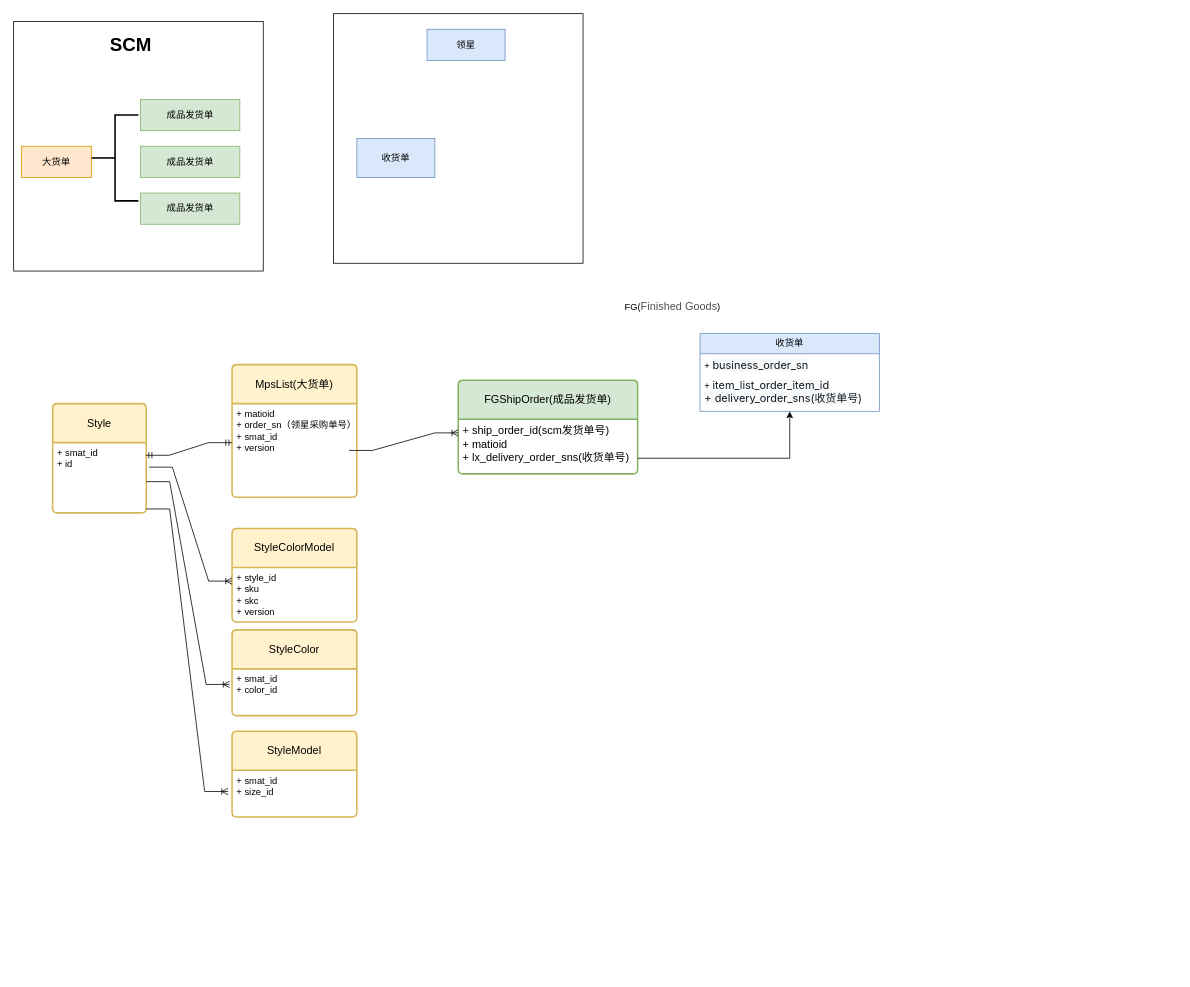
This is 成品发货单.drawio from zachary-lzc/diagram, a draw.io file, before an edit. Source tidied: cells renumbered, new cells numbered last; positions are measured from the earlier drawing's top-left corner, leaving out a move shared by most shapes. Both pictures are drawn from the tidied source at 78%, with x=0, y=0 at pixel (-2, 13).
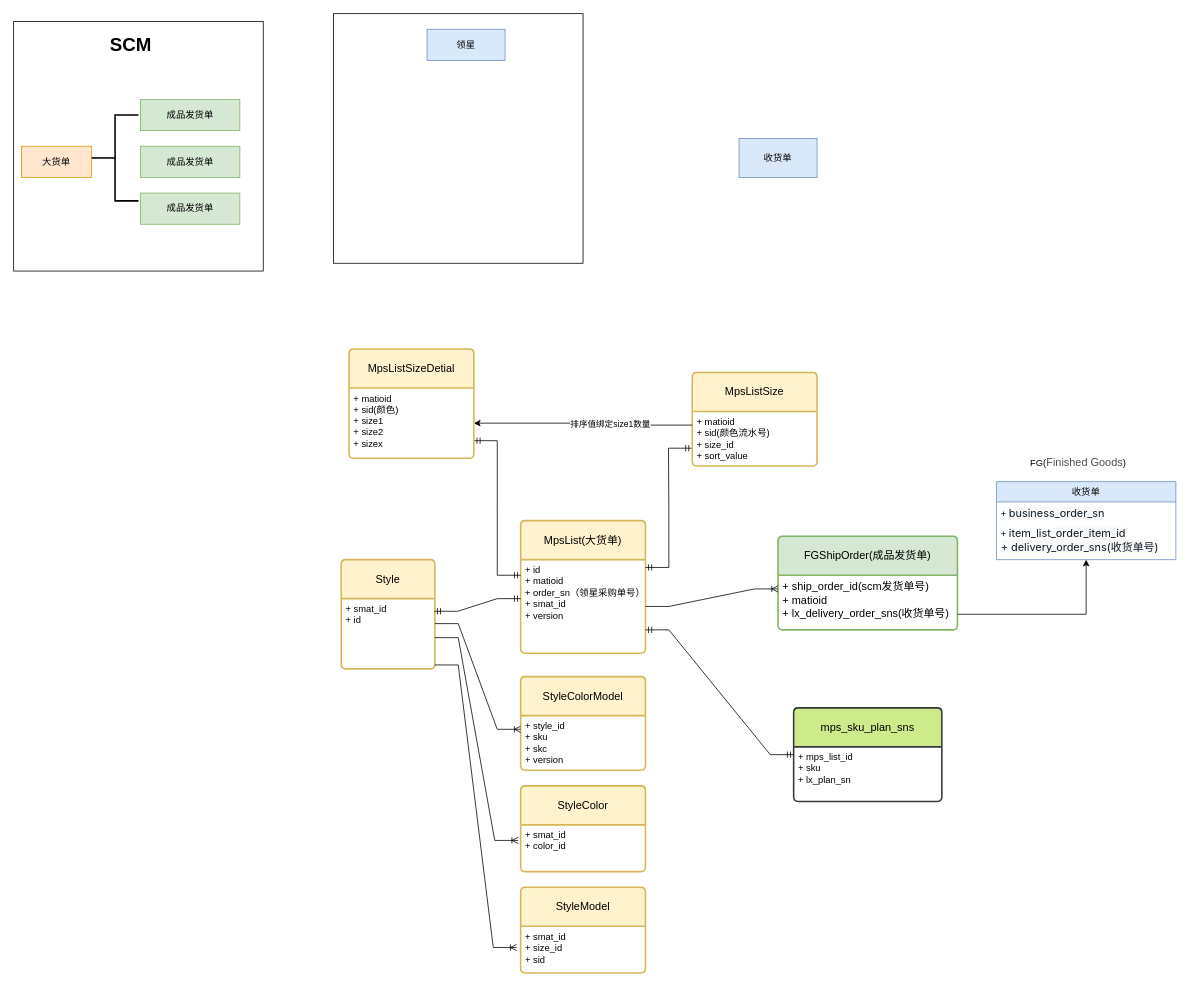
Above is the later version.

Commit message:
更新成品发货单.drawio

Unchanged cells that the change refers to:
```xml
<mxCell id="19" value="+&amp;nbsp;&lt;span style=&quot;color: rgb(13, 26, 38); font-family: -apple-system, &amp;quot;system-ui&amp;quot;, &amp;quot;Segoe UI&amp;quot;, Roboto, &amp;quot;Helvetica Neue&amp;quot;, Arial, &amp;quot;Noto Sans&amp;quot;, sans-serif, &amp;quot;Apple Color Emoji&amp;quot;, &amp;quot;Segoe UI Emoji&amp;quot;, &amp;quot;Segoe UI Symbol&amp;quot;, &amp;quot;Noto Color Emoji&amp;quot;; font-size: 14px; background-color: rgb(255, 255, 255);&quot;&gt;item_list_&lt;/span&gt;&lt;span style=&quot;color: rgb(13, 26, 38); font-family: -apple-system, &amp;quot;system-ui&amp;quot;, &amp;quot;Segoe UI&amp;quot;, Roboto, &amp;quot;Helvetica Neue&amp;quot;, Arial, &amp;quot;Noto Sans&amp;quot;, sans-serif, &amp;quot;Apple Color Emoji&amp;quot;, &amp;quot;Segoe UI Emoji&amp;quot;, &amp;quot;Segoe UI Symbol&amp;quot;, &amp;quot;Noto Color Emoji&amp;quot;; font-size: 14px; background-color: rgb(248, 248, 248);&quot;&gt;order_item_id&lt;/span&gt;&lt;div&gt;&lt;div&gt;&lt;span style=&quot;color: rgb(13, 26, 38); font-family: -apple-system, &amp;quot;system-ui&amp;quot;, &amp;quot;Segoe UI&amp;quot;, Roboto, &amp;quot;Helvetica Neue&amp;quot;, Arial, &amp;quot;Noto Sans&amp;quot;, sans-serif, &amp;quot;Apple Color Emoji&amp;quot;, &amp;quot;Segoe UI Emoji&amp;quot;, &amp;quot;Segoe UI Symbol&amp;quot;, &amp;quot;Noto Color Emoji&amp;quot;; font-size: 14px; background-color: rgb(248, 248, 248);&quot;&gt;+ delivery_order_sns(收货单号)&lt;/span&gt;&lt;/div&gt;&lt;/div&gt;" style="text;strokeColor=none;fillColor=none;align=left;verticalAlign=top;spacingLeft=4;spacingRight=4;overflow=hidden;points=[[0,0.5],[1,0.5]];portConstraint=eastwest;whiteSpace=wrap;html=1;" parent="17" vertex="1">
  <mxGeometry y="52" width="230" height="48" as="geometry" />
</mxCell>
<mxCell id="21" value="&lt;font style=&quot;font-size: 14px;&quot;&gt;+ ship_order_id(scm发货单号)&lt;/font&gt;&lt;div&gt;&lt;font style=&quot;font-size: 14px;&quot;&gt;+ matioid&lt;/font&gt;&lt;div&gt;&lt;div&gt;&lt;span style=&quot;font-size: 14px;&quot;&gt;+ lx_delivery_order_sns(收货单号)&lt;br&gt;&lt;/span&gt;&lt;div&gt;&lt;br&gt;&lt;/div&gt;&lt;/div&gt;&lt;/div&gt;&lt;/div&gt;" style="align=left;strokeColor=none;fillColor=none;spacingLeft=4;fontSize=12;verticalAlign=top;html=1;" parent="20" vertex="1">
  <mxGeometry y="50" width="230" height="70" as="geometry" />
</mxCell>
<mxCell id="24" value="&lt;div&gt;+ style_id&lt;br&gt;+ sku&lt;/div&gt;&lt;div&gt;+ skc&lt;br&gt;&lt;div&gt;+ version&lt;/div&gt;&lt;/div&gt;" style="align=left;strokeColor=none;fillColor=none;spacingLeft=4;fontSize=12;verticalAlign=top;html=1;" parent="23" vertex="1">
  <mxGeometry y="50" width="160" height="70" as="geometry" />
</mxCell>
<mxCell id="27" value="+ smat_id&lt;br&gt;+ id" style="align=left;strokeColor=none;fillColor=none;spacingLeft=4;fontSize=12;verticalAlign=top;html=1;" parent="26" vertex="1">
  <mxGeometry y="50" width="120" height="90" as="geometry" />
</mxCell>
<mxCell id="32" value="+ smat_id&lt;br&gt;+ color_id" style="align=left;strokeColor=none;fillColor=none;spacingLeft=4;fontSize=12;verticalAlign=top;html=1;" parent="31" vertex="1">
  <mxGeometry y="50" width="160" height="60" as="geometry" />
</mxCell>
```

Change to the diagram source:
```diff
@@
-    <mxCell id="2" style="edgeStyle=orthogonalEdgeStyle;rounded=0;jettySize=auto;html=1;exitX=0.75;exitY=0;exitDx=0;exitDy=0;" parent="1" edge="1" source="32" target="31">
-      <mxGeometry relative="1" as="geometry" />
-    </mxCell>
@@
-    <mxCell id="5" value="MpsList(大货单)" style="swimlane;horizontal=1;startSize=50;rounded=1;fontSize=14;fontStyle=0;strokeWidth=2;shadow=0;dashed=0;align=center;arcSize=4;whiteSpace=wrap;html=1;fillColor=#fff2cc;strokeColor=#d6b656;" parent="1" vertex="1">
-      <mxGeometry x="300" y="450" width="160" height="170" as="geometry" />
-    </mxCell>
-    <mxCell id="6" value="+ matioid&lt;br&gt;+ order_sn（领星采购单号）&lt;div&gt;+ smat_id&lt;br&gt;+ version&lt;/div&gt;&lt;div&gt;&lt;br&gt;&lt;/div&gt;&lt;div&gt;&lt;br&gt;&lt;/div&gt;" style="align=left;strokeColor=none;fillColor=none;spacingLeft=4;fontSize=12;verticalAlign=top;html=1;" parent="5" vertex="1">
-      <mxGeometry y="50" width="160" height="120" as="geometry" />
-    </mxCell>
-    <mxCell id="7" value="FG(&lt;span style=&quot;color: rgb(77, 81, 86); font-family: Arial, sans-serif; font-size: 14px; text-align: left; background-color: rgb(255, 255, 255);&quot;&gt;Finished Goods&lt;/span&gt;)" style="text;html=1;align=center;verticalAlign=middle;whiteSpace=wrap;rounded=0;" parent="1" vertex="1">
-      <mxGeometry x="790" y="360" width="150" height="30" as="geometry" />
-    </mxCell>
@@
     <mxCell id="16" value="收货单" style="rounded=0;whiteSpace=wrap;html=1;fillColor=#dae8fc;strokeColor=#6c8ebf;" parent="1" vertex="1">
-      <mxGeometry x="460" y="160" width="100" height="50" as="geometry" />
+      <mxGeometry x="950" y="160" width="100" height="50" as="geometry" />
     </mxCell>
+    <mxCell id="37" style="group;" parent="1" vertex="1">
+      <mxGeometry x="370" y="430" width="1140" height="800" as="geometry" />
+    </mxCell>
+    <mxCell id="38" style="group;" parent="37" vertex="1">
+      <mxGeometry y="130" width="1140" height="670" as="geometry" />
+    </mxCell>
+    <mxCell id="39" style="group;" parent="38" vertex="1">
+      <mxGeometry width="1140" height="670" as="geometry" />
+    </mxCell>
+    <mxCell id="5" value="MpsList(大货单)" style="swimlane;horizontal=1;startSize=50;rounded=1;fontSize=14;fontStyle=0;strokeWidth=2;shadow=0;dashed=0;align=center;arcSize=4;whiteSpace=wrap;html=1;fillColor=#fff2cc;strokeColor=#d6b656;" parent="39" vertex="1">
+      <mxGeometry x="300" y="90" width="160" height="170" as="geometry" />
+    </mxCell>
+    <mxCell id="6" value="&lt;div&gt;+ id&lt;/div&gt;+ matioid&lt;br&gt;+ order_sn（领星采购单号）&lt;div&gt;+ smat_id&lt;br&gt;+ version&lt;br&gt;&lt;br&gt;&lt;/div&gt;&lt;div&gt;&lt;br&gt;&lt;/div&gt;&lt;div&gt;&lt;br&gt;&lt;/div&gt;" style="align=left;strokeColor=none;fillColor=none;spacingLeft=4;fontSize=12;verticalAlign=top;html=1;" parent="5" vertex="1">
+      <mxGeometry y="50" width="160" height="120" as="geometry" />
+    </mxCell>
+    <mxCell id="7" value="FG(&lt;span style=&quot;color: rgb(77, 81, 86); font-family: Arial, sans-serif; font-size: 14px; text-align: left; background-color: rgb(255, 255, 255);&quot;&gt;Finished Goods&lt;/span&gt;)" style="text;html=1;align=center;verticalAlign=middle;whiteSpace=wrap;rounded=0;" parent="39" vertex="1">
+      <mxGeometry x="940" width="150" height="30" as="geometry" />
+    </mxCell>
-    <mxCell id="17" value="收货单" style="swimlane;fontStyle=0;horizontal=1;startSize=26;fillColor=#dae8fc;whiteSpace=wrap;html=1;strokeColor=#6c8ebf;" parent="1" vertex="1">
-      <mxGeometry x="900" y="410" width="230" height="100" as="geometry" />
+    <mxCell id="17" value="收货单" style="swimlane;fontStyle=0;horizontal=1;startSize=26;fillColor=#dae8fc;whiteSpace=wrap;html=1;strokeColor=#6c8ebf;" parent="39" vertex="1">
+      <mxGeometry x="910" y="40" width="230" height="100" as="geometry" />
     </mxCell>
@@
-    <mxCell id="20" value="FGShipOrder(成品发货单)" style="swimlane;horizontal=1;startSize=50;rounded=1;fontSize=14;fontStyle=0;strokeWidth=2;shadow=0;dashed=0;align=center;arcSize=4;whiteSpace=wrap;html=1;fillColor=#d5e8d4;strokeColor=#82b366;" parent="1" vertex="1">
-      <mxGeometry x="590" y="470" width="230" height="120" as="geometry" />
+    <mxCell id="20" value="FGShipOrder(成品发货单)" style="swimlane;horizontal=1;startSize=50;rounded=1;fontSize=14;fontStyle=0;strokeWidth=2;shadow=0;dashed=0;align=center;arcSize=4;whiteSpace=wrap;html=1;fillColor=#d5e8d4;strokeColor=#82b366;" parent="39" vertex="1">
+      <mxGeometry x="630" y="110" width="230" height="120" as="geometry" />
     </mxCell>
@@
-    <mxCell id="23" value="StyleColorModel" style="swimlane;horizontal=1;startSize=50;rounded=1;fontSize=14;fontStyle=0;strokeWidth=2;shadow=0;dashed=0;align=center;arcSize=4;whiteSpace=wrap;html=1;fillColor=#fff2cc;strokeColor=#d6b656;" parent="1" vertex="1">
-      <mxGeometry x="300" y="660" width="160" height="120" as="geometry" />
+    <mxCell id="23" value="StyleColorModel" style="swimlane;horizontal=1;startSize=50;rounded=1;fontSize=14;fontStyle=0;strokeWidth=2;shadow=0;dashed=0;align=center;arcSize=4;whiteSpace=wrap;html=1;fillColor=#fff2cc;strokeColor=#d6b656;" parent="39" vertex="1">
+      <mxGeometry x="300" y="290" width="160" height="120" as="geometry" />
     </mxCell>
@@
-    <mxCell id="25" style="edgeStyle=orthogonalEdgeStyle;rounded=0;jettySize=auto;html=1;" parent="1" edge="1" source="21" target="19">
+    <mxCell id="25" style="edgeStyle=orthogonalEdgeStyle;rounded=0;jettySize=auto;html=1;" parent="39" edge="1" source="21" target="19">
       <mxGeometry relative="1" as="geometry">
         <Array as="points">
-          <mxPoint x="840" y="570" />
-          <mxPoint x="840" y="570" />
+          <mxPoint x="840" y="210" />
+          <mxPoint x="840" y="210" />
         </Array>
       </mxGeometry>
     </mxCell>
-    <mxCell id="26" value="Style" style="swimlane;horizontal=1;startSize=50;rounded=1;fontSize=14;fontStyle=0;strokeWidth=2;shadow=0;dashed=0;align=center;arcSize=4;whiteSpace=wrap;html=1;fillColor=#fff2cc;strokeColor=#d6b656;" parent="1" vertex="1">
-      <mxGeometry x="70" y="500" width="120" height="140" as="geometry" />
+    <mxCell id="26" value="Style" style="swimlane;horizontal=1;startSize=50;rounded=1;fontSize=14;fontStyle=0;strokeWidth=2;shadow=0;dashed=0;align=center;arcSize=4;whiteSpace=wrap;html=1;fillColor=#fff2cc;strokeColor=#d6b656;" parent="39" vertex="1">
+      <mxGeometry x="70" y="140" width="120" height="140" as="geometry" />
     </mxCell>
@@
-    <mxCell id="28" style="edgeStyle=entityRelationEdgeStyle;fontSize=12;html=1;endArrow=ERmandOne;startArrow=ERmandOne;rounded=0;exitX=0.994;exitY=0.18;exitDx=0;exitDy=0;exitPerimeter=0;" parent="1" edge="1" source="27">
+    <mxCell id="28" style="edgeStyle=entityRelationEdgeStyle;fontSize=12;html=1;endArrow=ERmandOne;startArrow=ERmandOne;rounded=0;exitX=0.994;exitY=0.18;exitDx=0;exitDy=0;exitPerimeter=0;" parent="39" edge="1" source="27">
       <mxGeometry relative="1" as="geometry">
-        <mxPoint x="300" y="550" as="targetPoint" />
+        <mxPoint x="300" y="190" as="targetPoint" />
         <Array as="points">
-          <mxPoint x="208.6" y="530" />
+          <mxPoint x="208.6" y="170" />
         </Array>
       </mxGeometry>
     </mxCell>
-    <mxCell id="29" style="edgeStyle=entityRelationEdgeStyle;fontSize=12;html=1;endArrow=ERoneToMany;rounded=0;entryX=0;entryY=0.25;entryDx=0;entryDy=0;exitX=1.029;exitY=0.349;exitDx=0;exitDy=0;exitPerimeter=0;" parent="1" edge="1" source="27" target="24">
+    <mxCell id="29" style="edgeStyle=entityRelationEdgeStyle;fontSize=12;html=1;endArrow=ERoneToMany;rounded=0;entryX=0;entryY=0.25;entryDx=0;entryDy=0;" parent="39" edge="1" target="24">
       <mxGeometry relative="1" as="geometry">
+        <mxPoint x="190" y="222" as="sourcePoint" />
         <Array as="points">
-          <mxPoint x="200" y="620" />
-          <mxPoint x="200" y="630" />
-          <mxPoint x="200" y="620" />
-          <mxPoint x="210" y="630" />
-          <mxPoint y="780" />
-          <mxPoint y="770" />
+          <mxPoint x="200" y="260" />
+          <mxPoint x="200" y="270" />
+          <mxPoint x="200" y="260" />
+          <mxPoint x="210" y="270" />
+          <mxPoint y="420" />
+          <mxPoint y="410" />
         </Array>
       </mxGeometry>
     </mxCell>
-    <mxCell id="30" style="edgeStyle=entityRelationEdgeStyle;fontSize=12;html=1;endArrow=ERoneToMany;rounded=0;entryX=0;entryY=0.25;entryDx=0;entryDy=0;exitX=1;exitY=0.5;exitDx=0;exitDy=0;" parent="1" edge="1" target="21">
+    <mxCell id="30" style="edgeStyle=entityRelationEdgeStyle;fontSize=12;html=1;endArrow=ERoneToMany;rounded=0;entryX=0;entryY=0.25;entryDx=0;entryDy=0;" parent="39" edge="1" target="21">
       <mxGeometry relative="1" as="geometry">
-        <mxPoint x="450" y="560" as="sourcePoint" />
+        <mxPoint x="460" y="200" as="sourcePoint" />
         <Array as="points">
-          <mxPoint x="460" y="580" />
-          <mxPoint x="460" y="570" />
-          <mxPoint x="470" y="580" />
-          <mxPoint x="260" y="730" />
-          <mxPoint x="260" y="720" />
+          <mxPoint x="460" y="220" />
+          <mxPoint x="460" y="210" />
+          <mxPoint x="470" y="220" />
+          <mxPoint x="260" y="370" />
+          <mxPoint x="260" y="360" />
         </Array>
       </mxGeometry>
     </mxCell>
-    <mxCell id="31" value="StyleColor" style="swimlane;horizontal=1;startSize=50;rounded=1;fontSize=14;fontStyle=0;strokeWidth=2;shadow=0;dashed=0;align=center;arcSize=4;whiteSpace=wrap;html=1;fillColor=#fff2cc;strokeColor=#d6b656;" parent="1" vertex="1">
-      <mxGeometry x="300" y="790" width="160" height="110" as="geometry" />
+    <mxCell id="31" value="StyleColor" style="swimlane;horizontal=1;startSize=50;rounded=1;fontSize=14;fontStyle=0;strokeWidth=2;shadow=0;dashed=0;align=center;arcSize=4;whiteSpace=wrap;html=1;fillColor=#fff2cc;strokeColor=#d6b656;" parent="39" vertex="1">
+      <mxGeometry x="300" y="430" width="160" height="110" as="geometry" />
     </mxCell>
@@
-    <mxCell id="33" value="StyleModel" style="swimlane;horizontal=1;startSize=50;rounded=1;fontSize=14;fontStyle=0;strokeWidth=2;shadow=0;dashed=0;align=center;arcSize=4;whiteSpace=wrap;html=1;fillColor=#fff2cc;strokeColor=#d6b656;" parent="1" vertex="1">
-      <mxGeometry x="300" y="920" width="160" height="110" as="geometry" />
+    <mxCell id="33" value="StyleModel" style="swimlane;horizontal=1;startSize=50;rounded=1;fontSize=14;fontStyle=0;strokeWidth=2;shadow=0;dashed=0;align=center;arcSize=4;whiteSpace=wrap;html=1;fillColor=#fff2cc;strokeColor=#d6b656;" parent="39" vertex="1">
+      <mxGeometry x="300" y="560" width="160" height="110" as="geometry" />
     </mxCell>
-    <mxCell id="34" value="+ smat_id&lt;br&gt;+ size_id" style="align=left;strokeColor=none;fillColor=none;spacingLeft=4;fontSize=12;verticalAlign=top;html=1;" parent="33" vertex="1">
+    <mxCell id="34" value="+ smat_id&lt;br&gt;+ size_id&lt;div&gt;+ sid&lt;/div&gt;" style="align=left;strokeColor=none;fillColor=none;spacingLeft=4;fontSize=12;verticalAlign=top;html=1;" parent="33" vertex="1">
       <mxGeometry y="50" width="160" height="60" as="geometry" />
     </mxCell>
-    <mxCell id="35" style="edgeStyle=entityRelationEdgeStyle;fontSize=12;html=1;endArrow=ERoneToMany;rounded=0;exitX=1;exitY=0.25;exitDx=0;exitDy=0;entryX=-0.02;entryY=0.333;entryDx=0;entryDy=0;entryPerimeter=0;" parent="1" edge="1" target="32">
+    <mxCell id="35" style="edgeStyle=entityRelationEdgeStyle;fontSize=12;html=1;endArrow=ERoneToMany;rounded=0;exitX=1;exitY=0.25;exitDx=0;exitDy=0;entryX=-0.02;entryY=0.333;entryDx=0;entryDy=0;entryPerimeter=0;" parent="39" edge="1" target="32">
       <mxGeometry relative="1" as="geometry">
-        <mxPoint x="190" y="600" as="sourcePoint" />
+        <mxPoint x="190" y="240" as="sourcePoint" />
         <Array as="points">
-          <mxPoint x="250" y="740" />
-          <mxPoint x="290" y="860" />
+          <mxPoint x="250" y="380" />
+          <mxPoint x="290" y="500" />
         </Array>
       </mxGeometry>
     </mxCell>
-    <mxCell id="36" style="edgeStyle=entityRelationEdgeStyle;fontSize=12;html=1;endArrow=ERoneToMany;rounded=0;entryX=-0.032;entryY=0.454;entryDx=0;entryDy=0;entryPerimeter=0;" parent="1" edge="1" target="34">
+    <mxCell id="36" style="edgeStyle=entityRelationEdgeStyle;fontSize=12;html=1;endArrow=ERoneToMany;rounded=0;entryX=-0.032;entryY=0.454;entryDx=0;entryDy=0;entryPerimeter=0;" parent="39" edge="1" target="34">
       <mxGeometry relative="1" as="geometry">
-        <mxPoint x="190" y="635" as="sourcePoint" />
+        <mxPoint x="190" y="275" as="sourcePoint" />
         <Array as="points">
-          <mxPoint x="200" y="635" />
-          <mxPoint x="200" y="630" />
-          <mxPoint x="200" y="630" />
-          <mxPoint x="230" y="820" />
-          <mxPoint x="220" y="830" />
+          <mxPoint x="200" y="275" />
+          <mxPoint x="200" y="270" />
+          <mxPoint x="200" y="270" />
+          <mxPoint x="230" y="460" />
+          <mxPoint x="220" y="470" />
         </Array>
       </mxGeometry>
     </mxCell>
+    <mxCell id="40" value="mps_sku_plan_sns" style="swimlane;horizontal=1;startSize=50;rounded=1;fontSize=14;fontStyle=0;strokeWidth=2;shadow=0;dashed=0;align=center;arcSize=4;whiteSpace=wrap;html=1;fillColor=#cdeb8b;strokeColor=#36393d;" parent="39" vertex="1">
+      <mxGeometry x="650" y="330" width="190" height="120" as="geometry" />
+    </mxCell>
+    <mxCell id="41" value="+ mps_list_id&lt;br&gt;+ sku&lt;br&gt;+&amp;nbsp;lx_plan_sn" style="align=left;strokeColor=none;fillColor=none;spacingLeft=4;fontSize=12;verticalAlign=top;html=1;" parent="40" vertex="1">
+      <mxGeometry y="50" width="190" height="70" as="geometry" />
+    </mxCell>
+    <mxCell id="42" style="edgeStyle=entityRelationEdgeStyle;fontSize=12;html=1;endArrow=ERmandOne;startArrow=ERmandOne;rounded=0;exitX=1;exitY=0.75;exitDx=0;exitDy=0;entryX=0;entryY=0.5;entryDx=0;entryDy=0;" parent="39" edge="1" source="6" target="40">
+      <mxGeometry relative="1" as="geometry" />
+    </mxCell>
+    <mxCell id="43" style="edgeStyle=entityRelationEdgeStyle;fontSize=12;html=1;endArrow=ERmandOne;startArrow=ERmandOne;rounded=0;entryX=-0.003;entryY=0.673;entryDx=0;entryDy=0;entryPerimeter=0;" parent="39" edge="1" target="45">
+      <mxGeometry relative="1" as="geometry">
+        <mxPoint x="460" y="150" as="sourcePoint" />
+      </mxGeometry>
+    </mxCell>
+    <mxCell id="44" value="MpsListSize" style="swimlane;horizontal=1;startSize=50;rounded=1;fontSize=14;fontStyle=0;strokeWidth=2;shadow=0;dashed=0;align=center;arcSize=4;whiteSpace=wrap;html=1;fillColor=#fff2cc;strokeColor=#d6b656;" parent="37" vertex="1">
+      <mxGeometry x="520" y="30" width="160" height="120" as="geometry" />
+    </mxCell>
+    <mxCell id="45" value="+ matioid&lt;br&gt;+ sid(颜色流水号)&lt;div&gt;+ size_id&lt;/div&gt;&lt;div&gt;+&amp;nbsp;sort_value&lt;/div&gt;" style="align=left;strokeColor=none;fillColor=none;spacingLeft=4;fontSize=12;verticalAlign=top;html=1;" parent="44" vertex="1">
+      <mxGeometry y="50" width="160" height="70" as="geometry" />
+    </mxCell>
+    <mxCell id="46" style="edgeStyle=entityRelationEdgeStyle;fontSize=12;html=1;endArrow=ERmandOne;startArrow=ERmandOne;rounded=0;exitX=1;exitY=0.75;exitDx=0;exitDy=0;" parent="37" edge="1" source="50">
+      <mxGeometry relative="1" as="geometry">
+        <mxPoint x="300" y="290" as="targetPoint" />
+        <Array as="points">
+          <mxPoint x="250" y="140" />
+          <mxPoint x="200" y="140" />
+        </Array>
+      </mxGeometry>
+    </mxCell>
+    <mxCell id="47" style="edgeStyle=orthogonalEdgeStyle;rounded=0;jettySize=auto;html=1;exitX=0;exitY=0.25;exitDx=0;exitDy=0;entryX=1;entryY=0.5;entryDx=0;entryDy=0;" parent="37" edge="1" source="45" target="50">
+      <mxGeometry relative="1" as="geometry" />
+    </mxCell>
+    <mxCell id="48" value="排序值绑定size1数量" style="edgeLabel;html=1;align=center;verticalAlign=middle;" parent="47" vertex="1">
+      <mxGeometry x="-0.25" y="-1" relative="1" as="geometry" />
+    </mxCell>
+    <mxCell id="49" value="MpsListSizeDetial" style="swimlane;horizontal=1;startSize=50;rounded=1;fontSize=14;fontStyle=0;strokeWidth=2;shadow=0;dashed=0;align=center;arcSize=4;whiteSpace=wrap;html=1;fillColor=#fff2cc;strokeColor=#d6b656;" parent="37" vertex="1">
+      <mxGeometry x="80" width="160" height="140" as="geometry" />
+    </mxCell>
+    <mxCell id="50" value="+ matioid&lt;div&gt;+ sid(颜色)&lt;br&gt;&lt;div&gt;+ size1&lt;/div&gt;&lt;/div&gt;&lt;div&gt;+ size2&lt;/div&gt;&lt;div&gt;+ sizex&lt;/div&gt;" style="align=left;strokeColor=none;fillColor=none;spacingLeft=4;fontSize=12;verticalAlign=top;html=1;" parent="49" vertex="1">
+      <mxGeometry y="50" width="160" height="90" as="geometry" />
+    </mxCell>
```
